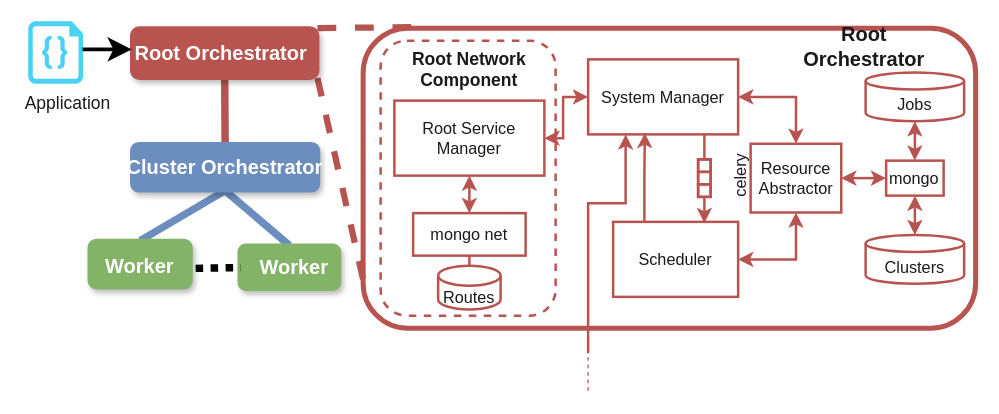
Before: content/docs/concepts/arch-root.drawio in nitindermohan/oak-new-docs, a draw.io diagram. Source tidied: cells renumbered, new cells numbered last; positions are measured from the earlier drawing's top-left corner, leaving out a move shared by most shapes. Both pictures are drawn from the tidied source at 125%, with x=0, y=0 at pixel (21, 20).
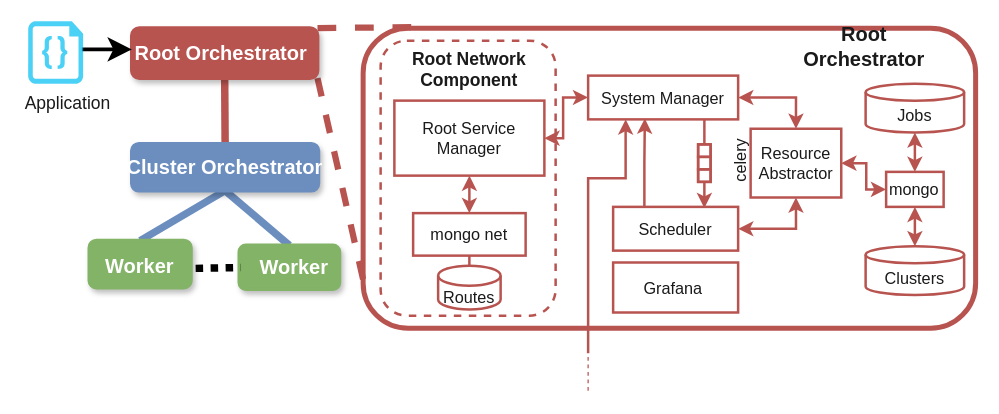
The same diagram, later.

Change to the diagram source:
```diff
@@
     <mxCell id="4" value="System Manager" style="rounded=0;whiteSpace=wrap;html=1;strokeColor=#B85450;fontColor=#1A1A1A;fillColor=none;strokeWidth=2;fontFamily=CMU Sans Serif;fontSize=13;" parent="1" vertex="1">
-      <mxGeometry x="453" y="31" width="120" height="60" as="geometry" />
+      <mxGeometry x="453" y="44" width="120" height="35" as="geometry" />
     </mxCell>
@@
     <mxCell id="7" value="Scheduler" style="rounded=0;whiteSpace=wrap;html=1;strokeColor=#B85450;fontColor=#1A1A1A;fillColor=none;strokeWidth=2;fontFamily=CMU Sans Serif;fontSize=13;" parent="1" vertex="1">
-      <mxGeometry x="473" y="161" width="100" height="60" as="geometry" />
+      <mxGeometry x="473" y="149" width="100" height="35" as="geometry" />
     </mxCell>
     <mxCell id="8" value="Jobs" style="shape=cylinder3;whiteSpace=wrap;html=1;boundedLbl=1;backgroundOutline=1;size=6.818181818181628;strokeColor=#B85450;fontColor=#1A1A1A;fillColor=none;strokeWidth=2;fontFamily=CMU Sans Serif;fontSize=13;" parent="1" vertex="1">
-      <mxGeometry x="675" y="41.5" width="78.8" height="39" as="geometry" />
+      <mxGeometry x="675" y="50.5" width="78.8" height="39" as="geometry" />
     </mxCell>
@@
     <mxCell id="13" value="mongo" style="rounded=0;whiteSpace=wrap;html=1;strokeColor=#B85450;fontColor=#1A1A1A;fillColor=none;strokeWidth=2;fontFamily=CMU Sans Serif;fontSize=13;" parent="1" vertex="1">
-      <mxGeometry x="691.4" y="112" width="46" height="28" as="geometry" />
+      <mxGeometry x="691.4" y="121" width="46" height="28" as="geometry" />
     </mxCell>
     <mxCell id="14" style="group;strokeColor=#B85450;fontColor=#1A1A1A;strokeWidth=2;fontFamily=CMU Sans Serif;fontSize=13;" parent="1" vertex="1">
-      <mxGeometry x="541" y="111" width="10" height="30" as="geometry" />
+      <mxGeometry x="541" y="99" width="10" height="30" as="geometry" />
     </mxCell>
@@
     <mxCell id="18" value="celery" style="text;html=1;strokeColor=none;fillColor=none;align=center;verticalAlign=middle;whiteSpace=wrap;rounded=0;rotation=-90;fontColor=#1A1A1A;strokeWidth=2;fontFamily=CMU Sans Serif;fontSize=13;" parent="1" vertex="1">
-      <mxGeometry x="537" y="114" width="75" height="20" as="geometry" />
+      <mxGeometry x="537" y="102" width="75" height="20" as="geometry" />
     </mxCell>
@@
     <mxCell id="24" style="endArrow=classic;startArrow=none;html=1;rounded=0;fontSize=13;entryX=0.25;entryY=1;entryDx=0;entryDy=0;strokeColor=#B85450;fontColor=#1A1A1A;strokeWidth=2;fontFamily=CMU Sans Serif;endFill=1;startFill=0;" parent="1" edge="1" target="4">
       <mxGeometry relative="1" as="geometry">
         <mxPoint x="453" y="266" as="sourcePoint" />
         <Array as="points">
-          <mxPoint x="453" y="146" />
-          <mxPoint x="483" y="146" />
+          <mxPoint x="453" y="126" />
+          <mxPoint x="483" y="126" />
         </Array>
       </mxGeometry>
     </mxCell>
@@
     <mxCell id="26" value="Resource Abstractor" style="rounded=0;whiteSpace=wrap;html=1;strokeColor=#B85450;fontColor=#1A1A1A;fillColor=none;strokeWidth=2;fontFamily=CMU Sans Serif;fontSize=13;" parent="1" vertex="1">
-      <mxGeometry x="583" y="98.5" width="72.5" height="55" as="geometry" />
+      <mxGeometry x="583" y="86.5" width="72.5" height="55" as="geometry" />
     </mxCell>
     <mxCell id="27" value="Clusters" style="shape=cylinder3;whiteSpace=wrap;html=1;boundedLbl=1;backgroundOutline=1;size=6.818181818181628;strokeColor=#B85450;fontColor=#1A1A1A;fillColor=none;strokeWidth=2;fontFamily=CMU Sans Serif;fontSize=13;" parent="1" vertex="1">
-      <mxGeometry x="675" y="171.5" width="78.8" height="39" as="geometry" />
+      <mxGeometry x="675" y="180.5" width="78.8" height="39" as="geometry" />
     </mxCell>
@@
     <mxCell id="30" style="endArrow=none;html=1;rounded=0;endSize=0;strokeColor=#B85450;fontColor=#1A1A1A;strokeWidth=2;fontFamily=CMU Sans Serif;fontSize=13;" parent="1" edge="1">
       <mxGeometry relative="1" as="geometry">
-        <mxPoint x="546" y="91" as="sourcePoint" />
-        <mxPoint x="546" y="111" as="targetPoint" />
+        <mxPoint x="546" y="79" as="sourcePoint" />
+        <mxPoint x="546" y="99" as="targetPoint" />
       </mxGeometry>
     </mxCell>
     <mxCell id="31" style="endArrow=classic;html=1;rounded=0;strokeColor=#B85450;fontColor=#1A1A1A;strokeWidth=2;fontFamily=CMU Sans Serif;fontSize=13;" parent="1" edge="1">
       <mxGeometry relative="1" as="geometry">
-        <mxPoint x="546" y="141" as="sourcePoint" />
-        <mxPoint x="546" y="162" as="targetPoint" />
+        <mxPoint x="546" y="129" as="sourcePoint" />
+        <mxPoint x="546" y="150" as="targetPoint" />
       </mxGeometry>
     </mxCell>
@@
+    <mxCell id="51" value="Grafana&amp;nbsp;" style="rounded=0;whiteSpace=wrap;html=1;strokeColor=#B85450;fontColor=#1A1A1A;fillColor=none;strokeWidth=2;fontFamily=CMU Sans Serif;fontSize=13;" parent="1" vertex="1">
+      <mxGeometry x="473" y="193.5" width="100" height="40" as="geometry" />
+    </mxCell>
```
